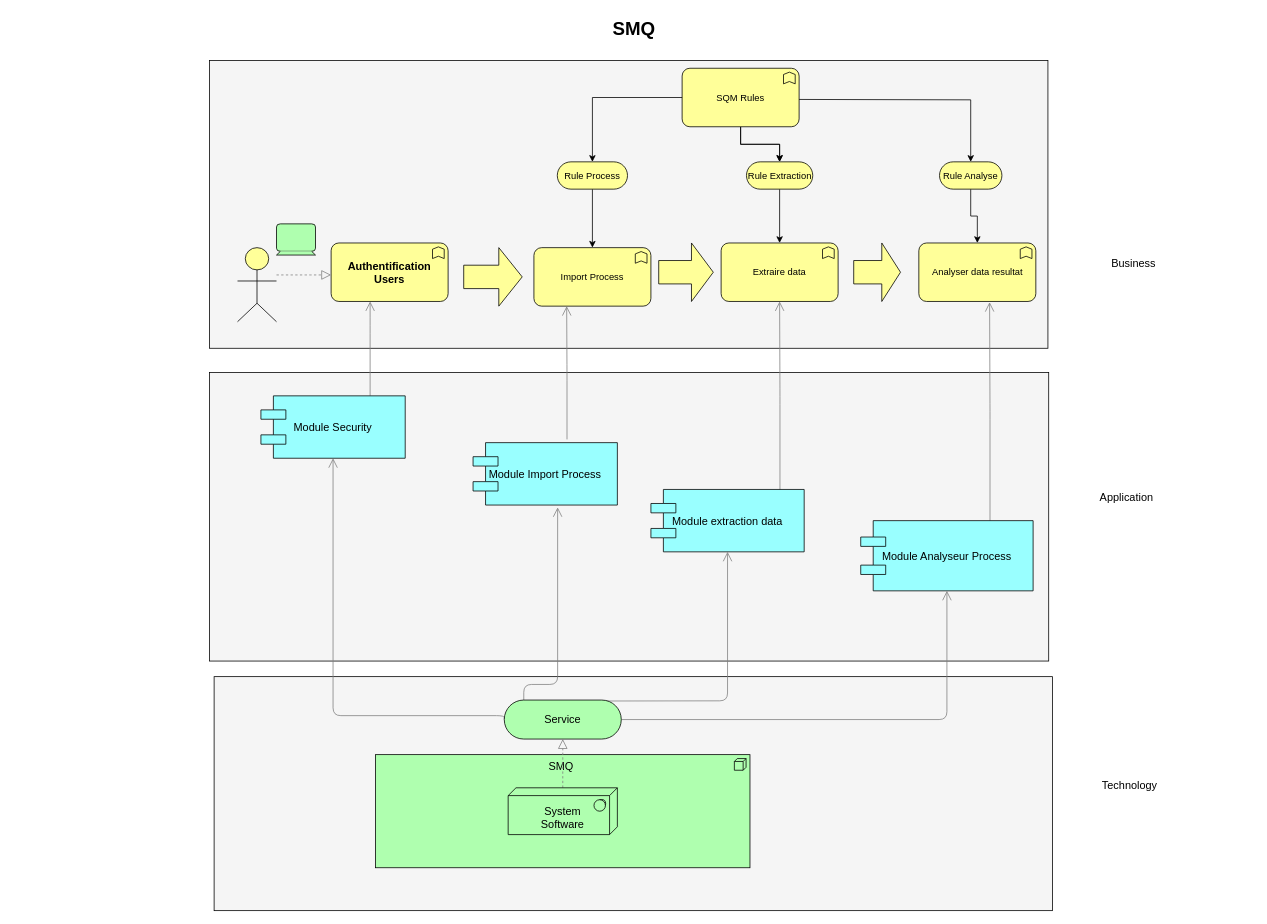
This is Diagramme sans nom.drawio from amahmoudi/Smq2023, a draw.io file, before an edit. Source tidied: cells renumbered, new cells numbered last; positions are measured from the earlier drawing's top-left corner, leaving out a move shared by most shapes. Both pictures are drawn from the tidied source at 78%, with x=0, y=0 at pixel (12, 13).
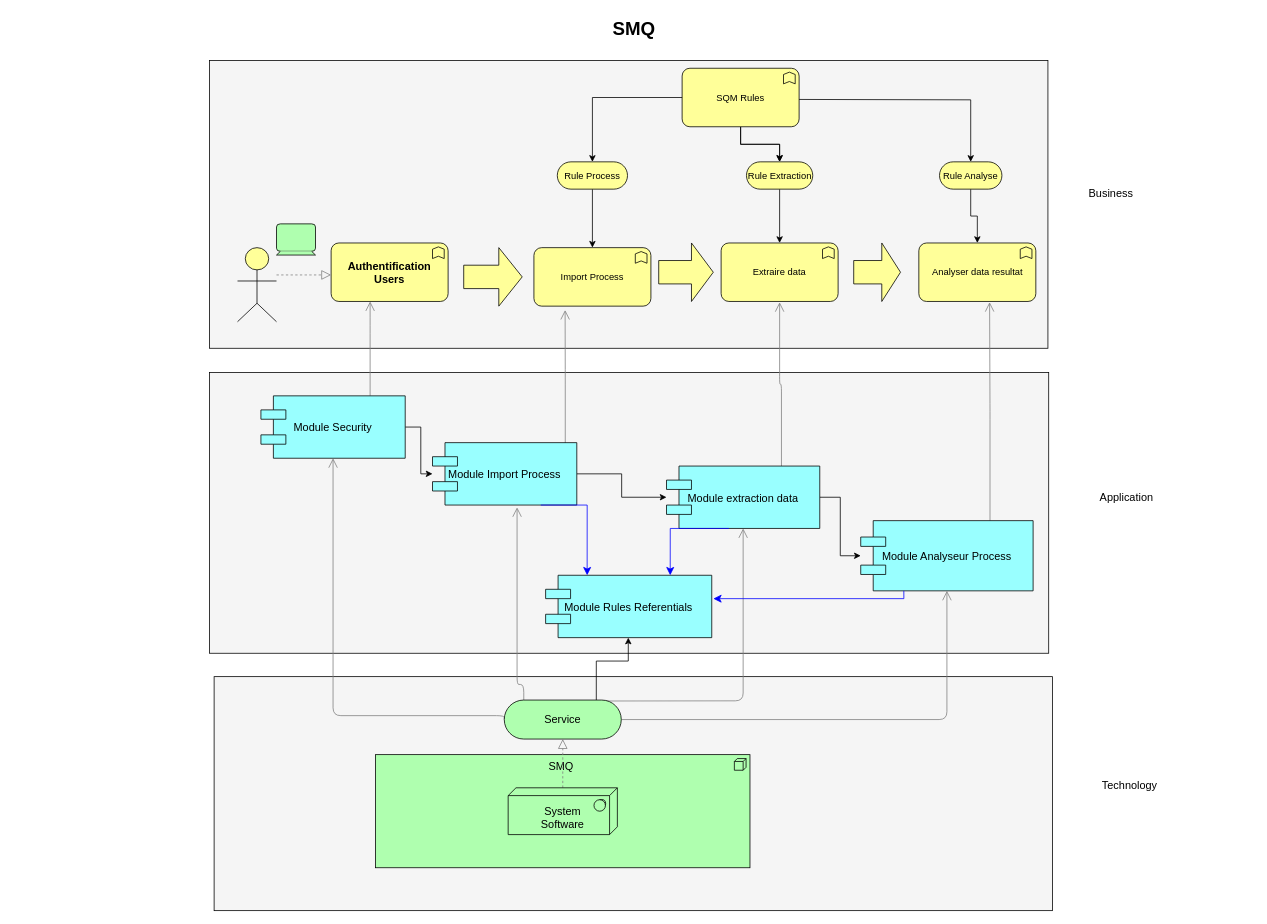
Above is the later version.

Commit message:
Mettre à jour Diagramme sans nom.drawio

Unchanged cells that the change refers to:
```xml
<mxCell id="12" value="Service" style="html=1;whiteSpace=wrap;fillColor=#AFFFAF;shape=mxgraph.archimate3.service;fontSize=14;" parent="1" vertex="1">
  <mxGeometry x="630" y="880" width="150" height="50" as="geometry" />
</mxCell>
<mxCell id="14" value="Module Security" style="shape=component;align=center;fillColor=#99ffff;gradientColor=none;fontSize=14;" parent="1" vertex="1">
  <mxGeometry x="318" y="490" width="185" height="80" as="geometry" />
</mxCell>
<mxCell id="20" value="Module Analyseur Process" style="shape=component;align=center;fillColor=#99ffff;gradientColor=none;fontSize=14;" parent="1" vertex="1">
  <mxGeometry x="1087" y="650" width="221" height="90" as="geometry" />
</mxCell>
<mxCell id="32" value="Extraire data" style="html=1;outlineConnect=0;whiteSpace=wrap;fillColor=#ffff99;shape=mxgraph.archimate3.application;appType=func;archiType=rounded;" parent="1" vertex="1">
  <mxGeometry x="908" y="294" width="150" height="75" as="geometry" />
</mxCell>
<mxCell id="33" value="Analyser data resultat" style="html=1;outlineConnect=0;whiteSpace=wrap;fillColor=#ffff99;shape=mxgraph.archimate3.application;appType=func;archiType=rounded;" parent="1" vertex="1">
  <mxGeometry x="1161.5" y="294" width="150" height="75" as="geometry" />
</mxCell>
<mxCell id="40" value="Rule Analyse" style="html=1;outlineConnect=0;whiteSpace=wrap;fillColor=#ffff99;shape=mxgraph.archimate3.service;" parent="1" vertex="1">
  <mxGeometry x="1188" y="190" width="80" height="35" as="geometry" />
</mxCell>
```

Change to the diagram source:
```diff
@@
     <mxCell id="3" style="whiteSpace=wrap;html=1;strokeColor=default;strokeWidth=1;fillColor=#f5f5f5;fontSize=14;" parent="1" vertex="1">
-      <mxGeometry x="252" y="460" width="1076" height="370" as="geometry" />
+      <mxGeometry x="252" y="460" width="1076" height="360" as="geometry" />
     </mxCell>
@@
+    <mxCell id="46" style="edgeStyle=orthogonalEdgeStyle;rounded=0;jettySize=auto;html=1;" parent="1" edge="1" source="12" target="50">
+      <mxGeometry relative="1" as="geometry">
+        <Array as="points">
+          <mxPoint x="748" y="830" />
+          <mxPoint x="789" y="830" />
+        </Array>
+      </mxGeometry>
+    </mxCell>
@@
+    <mxCell id="47" style="edgeStyle=orthogonalEdgeStyle;rounded=0;jettySize=auto;html=1;" parent="1" edge="1" source="14" target="16">
+      <mxGeometry relative="1" as="geometry" />
+    </mxCell>
@@
-    <mxCell id="15" style="edgeStyle=elbowEdgeStyle;rounded=1;elbow=vertical;html=1;startSize=10;endArrow=open;endFill=0;endSize=10;jettySize=auto;strokeColor=#808080;fontSize=14;exitX=0.651;exitY=-0.052;exitDx=0;exitDy=0;exitPerimeter=0;" parent="1" edge="1" source="16">
+    <mxCell id="15" style="edgeStyle=elbowEdgeStyle;rounded=1;elbow=vertical;html=1;startSize=10;endArrow=open;endFill=0;endSize=10;jettySize=auto;strokeColor=#808080;fontSize=14;exitX=0.92;exitY=0.015;exitDx=0;exitDy=0;exitPerimeter=0;" parent="1" edge="1" source="16">
       <mxGeometry relative="1" as="geometry">
-        <mxPoint x="710" y="375" as="targetPoint" />
+        <mxPoint x="708" y="380" as="targetPoint" />
       </mxGeometry>
     </mxCell>
+    <mxCell id="48" style="edgeStyle=orthogonalEdgeStyle;rounded=0;jettySize=auto;html=1;" parent="1" edge="1" source="16" target="18">
+      <mxGeometry relative="1" as="geometry" />
+    </mxCell>
     <mxCell id="16" value="Module Import Process" style="shape=component;align=center;fillColor=#99ffff;gradientColor=none;fontSize=14;" parent="1" vertex="1">
-      <mxGeometry x="590" y="550" width="185" height="80" as="geometry" />
+      <mxGeometry x="538" y="550" width="185" height="80" as="geometry" />
     </mxCell>
-    <mxCell id="17" style="edgeStyle=elbowEdgeStyle;rounded=1;elbow=vertical;html=1;startSize=10;endArrow=open;endFill=0;endSize=10;jettySize=auto;strokeColor=#808080;fontSize=14;exitX=0.842;exitY=0.025;exitDx=0;exitDy=0;exitPerimeter=0;" parent="1" edge="1" source="18" target="32">
-      <mxGeometry relative="1" as="geometry" />
+    <mxCell id="17" style="edgeStyle=elbowEdgeStyle;rounded=1;elbow=vertical;html=1;startSize=10;endArrow=open;endFill=0;endSize=10;jettySize=auto;strokeColor=#808080;fontSize=14;exitX=0.75;exitY=0;exitDx=0;exitDy=0;" parent="1" edge="1" source="18">
+      <mxGeometry relative="1" as="geometry">
+        <mxPoint x="983" y="370" as="targetPoint" />
+      </mxGeometry>
     </mxCell>
+    <mxCell id="49" style="edgeStyle=orthogonalEdgeStyle;rounded=0;jettySize=auto;html=1;" parent="1" edge="1" source="18" target="20">
+      <mxGeometry relative="1" as="geometry" />
+    </mxCell>
     <mxCell id="18" value="Module extraction data" style="shape=component;align=center;fillColor=#99ffff;gradientColor=none;fontSize=14;" parent="1" vertex="1">
-      <mxGeometry x="818" y="610" width="196.5" height="80" as="geometry" />
+      <mxGeometry x="838" y="580" width="196.5" height="80" as="geometry" />
     </mxCell>
@@
     <mxCell id="24" value="Business" style="text;html=1;strokeColor=none;fillColor=none;align=center;verticalAlign=middle;whiteSpace=wrap;fontSize=14;" parent="1" vertex="1">
-      <mxGeometry x="1317" y="309.5" width="240" height="20" as="geometry" />
+      <mxGeometry x="1288" y="220" width="240" height="20" as="geometry" />
     </mxCell>
@@
-    <mxCell id="39" style="edgeStyle=orthogonalEdgeStyle;rounded=0;jettySize=auto;html=1;" parent="1" edge="1" source="40" target="33">
+    <mxCell id="39" style="edgeStyle=orthogonalEdgeStyle;rounded=0;jettySize=auto;html=1;entryX=0.5;entryY=0;entryDx=0;entryDy=0;entryPerimeter=0;" parent="1" edge="1" source="40" target="33">
       <mxGeometry relative="1" as="geometry" />
     </mxCell>
@@
+    <mxCell id="50" value="Module Rules Referentials" style="shape=component;align=center;fillColor=#99ffff;gradientColor=none;fontSize=14;" parent="1" vertex="1">
+      <mxGeometry x="683" y="720" width="213" height="80" as="geometry" />
+    </mxCell>
+    <mxCell id="51" style="edgeStyle=segmentEdgeStyle;endArrow=classic;html=1;curved=0;rounded=0;endSize=8;startSize=8;exitX=0.25;exitY=1;exitDx=0;exitDy=0;strokeColor=#0000FF;" parent="1" edge="1" source="20">
+      <mxGeometry relative="1" as="geometry">
+        <mxPoint x="898" y="750" as="targetPoint" />
+        <Array as="points">
+          <mxPoint x="1142" y="750" />
+        </Array>
+      </mxGeometry>
+    </mxCell>
+    <mxCell id="52" style="edgeStyle=segmentEdgeStyle;endArrow=classic;html=1;curved=0;rounded=0;endSize=8;startSize=8;strokeColor=#0000FF;entryX=0.75;entryY=0;entryDx=0;entryDy=0;" parent="1" edge="1" target="50">
+      <mxGeometry relative="1" as="geometry">
+        <mxPoint x="918" y="660" as="sourcePoint" />
+      </mxGeometry>
+    </mxCell>
+    <mxCell id="53" style="edgeStyle=segmentEdgeStyle;endArrow=classic;html=1;curved=0;rounded=0;endSize=8;startSize=8;strokeColor=#0000FF;exitX=0.75;exitY=1;exitDx=0;exitDy=0;entryX=0.25;entryY=0;entryDx=0;entryDy=0;" parent="1" edge="1" source="16" target="50">
+      <mxGeometry relative="1" as="geometry" />
+    </mxCell>
+    <mxCell id="54" style="edgeStyle=orthogonalEdgeStyle;rounded=0;orthogonalLoop=1;jettySize=auto;html=1;exitX=0.5;exitY=1;exitDx=0;exitDy=0;exitPerimeter=0;" parent="1" edge="1" source="40" target="40">
+      <mxGeometry relative="1" as="geometry" />
+    </mxCell>
```
